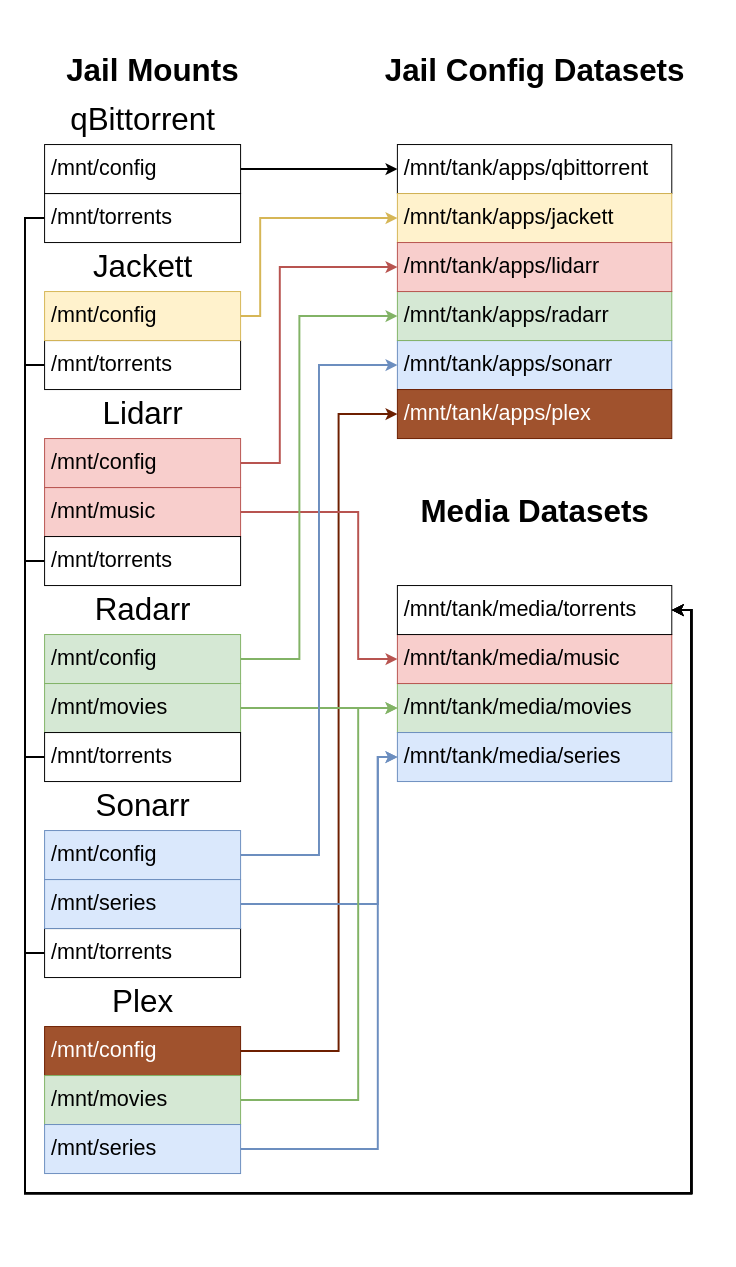
Above: content/posts/install-qbittorrent-jackett-lidarr-radarr-sonarr-and-plex-inside-truenas-jails/cover.drawio in schnerring/schnerring.github.io (draw.io), before the change. Source tidied: cells renumbered, new cells numbered last; positions are measured from the earlier drawing's top-left corner, leaving out a move shared by most shapes. Both pictures are drawn from the tidied source at 98%, with x=0, y=0 at pixel (24, 17).
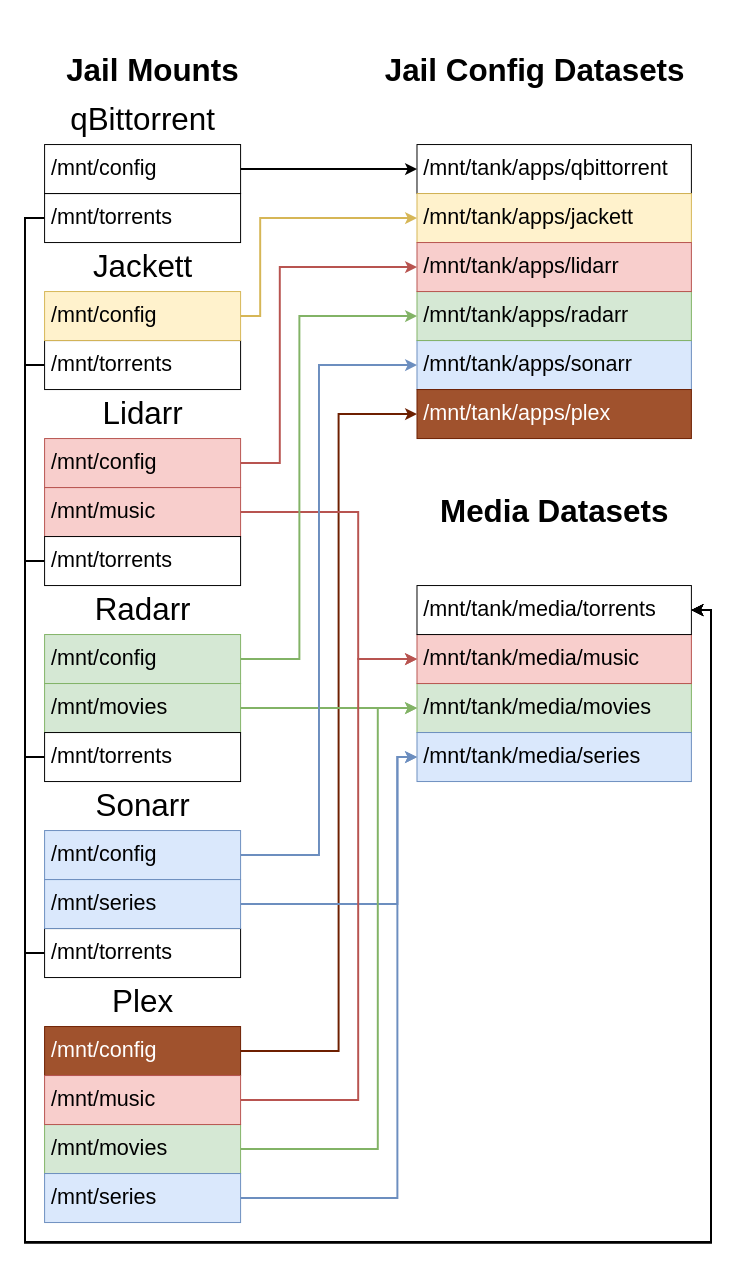
The same diagram, later.

Unchanged cells that the change refers to:
```xml
<mxCell id="30" value="/mnt/torrents" style="rounded=0;whiteSpace=wrap;html=1;fontSize=22;align=left;spacingLeft=5;" parent="1" vertex="1">
  <mxGeometry x="20" y="330" width="200" height="50" as="geometry" />
</mxCell>
<mxCell id="32" value="/mnt/torrents" style="rounded=0;whiteSpace=wrap;html=1;fontSize=22;align=left;spacingLeft=5;" parent="1" vertex="1">
  <mxGeometry x="20" y="180" width="200" height="50" as="geometry" />
</mxCell>
<mxCell id="34" value="/mnt/torrents" style="rounded=0;whiteSpace=wrap;html=1;fontSize=22;align=left;spacingLeft=5;" parent="1" vertex="1">
  <mxGeometry x="20" y="530" width="200" height="50" as="geometry" />
</mxCell>
<mxCell id="37" value="/mnt/torrents" style="rounded=0;whiteSpace=wrap;html=1;fontSize=22;align=left;spacingLeft=5;" parent="1" vertex="1">
  <mxGeometry x="20" y="730" width="200" height="50" as="geometry" />
</mxCell>
<mxCell id="38" value="/mnt/torrents" style="rounded=0;whiteSpace=wrap;html=1;fontSize=22;align=left;spacingLeft=5;" parent="1" vertex="1">
  <mxGeometry x="20" y="930" width="200" height="50" as="geometry" />
</mxCell>
<mxCell id="39" value="/mnt/series" style="rounded=0;whiteSpace=wrap;html=1;fontSize=22;align=left;spacingLeft=5;fillColor=#dae8fc;strokeColor=#6c8ebf;" parent="1" vertex="1">
  <mxGeometry x="20" y="880" width="200" height="50" as="geometry" />
</mxCell>
```

What changed in the source:
```diff
@@
     <mxCell id="3" value="/mnt/tank/media/movies" style="rounded=0;whiteSpace=wrap;html=1;fontSize=22;align=left;spacingLeft=5;fillColor=#d5e8d4;strokeColor=#82b366;" parent="1" vertex="1">
-      <mxGeometry x="380" y="680" width="280" height="50" as="geometry" />
+      <mxGeometry x="400" y="680" width="280" height="50" as="geometry" />
     </mxCell>
     <mxCell id="4" value="/mnt/tank/media/music" style="rounded=0;whiteSpace=wrap;html=1;fontSize=22;align=left;spacingLeft=5;fillColor=#f8cecc;strokeColor=#b85450;" parent="1" vertex="1">
-      <mxGeometry x="380" y="630" width="280" height="50" as="geometry" />
+      <mxGeometry x="400" y="630" width="280" height="50" as="geometry" />
     </mxCell>
     <mxCell id="5" value="/mnt/tank/apps/qbittorrent" style="rounded=0;whiteSpace=wrap;html=1;fontSize=22;align=left;spacingLeft=5;" parent="1" vertex="1">
-      <mxGeometry x="380" y="130" width="280" height="50" as="geometry" />
+      <mxGeometry x="400" y="130" width="280" height="50" as="geometry" />
     </mxCell>
     <mxCell id="6" value="/mnt/tank/apps/jackett" style="rounded=0;whiteSpace=wrap;html=1;fontSize=22;align=left;spacingLeft=5;fillColor=#fff2cc;strokeColor=#d6b656;" parent="1" vertex="1">
-      <mxGeometry x="380" y="180" width="280" height="50" as="geometry" />
+      <mxGeometry x="400" y="180" width="280" height="50" as="geometry" />
     </mxCell>
     <mxCell id="7" value="/mnt/tank/media/torrents" style="rounded=0;whiteSpace=wrap;html=1;fontSize=22;align=left;spacingLeft=5;" parent="1" vertex="1">
-      <mxGeometry x="380" y="580" width="280" height="50" as="geometry" />
+      <mxGeometry x="400" y="580" width="280" height="50" as="geometry" />
     </mxCell>
     <mxCell id="8" value="/mnt/tank/apps/sonarr" style="rounded=0;whiteSpace=wrap;html=1;fontSize=22;align=left;spacingLeft=5;fillColor=#dae8fc;strokeColor=#6c8ebf;" parent="1" vertex="1">
-      <mxGeometry x="380" y="330" width="280" height="50" as="geometry" />
+      <mxGeometry x="400" y="330" width="280" height="50" as="geometry" />
     </mxCell>
     <mxCell id="9" value="/mnt/tank/apps/radarr" style="rounded=0;whiteSpace=wrap;html=1;fontSize=22;align=left;spacingLeft=5;fillColor=#d5e8d4;strokeColor=#82b366;" parent="1" vertex="1">
-      <mxGeometry x="380" y="280" width="280" height="50" as="geometry" />
+      <mxGeometry x="400" y="280" width="280" height="50" as="geometry" />
     </mxCell>
     <mxCell id="10" value="/mnt/tank/media/series" style="rounded=0;whiteSpace=wrap;html=1;fontSize=22;align=left;spacingLeft=5;fillColor=#dae8fc;strokeColor=#6c8ebf;" parent="1" vertex="1">
-      <mxGeometry x="380" y="730" width="280" height="50" as="geometry" />
+      <mxGeometry x="400" y="730" width="280" height="50" as="geometry" />
     </mxCell>
     <mxCell id="11" style="edgeStyle=orthogonalEdgeStyle;rounded=0;jettySize=auto;html=1;exitX=0;exitY=0.5;exitDx=0;exitDy=0;fontSize=22;entryX=1;entryY=0.5;entryDx=0;entryDy=0;strokeWidth=2;" parent="1" edge="1" source="32" target="7">
       <mxGeometry relative="1" as="geometry">
         <Array as="points">
           <mxPoint y="205" />
-          <mxPoint y="1200" />
-          <mxPoint x="680" y="1200" />
-          <mxPoint x="680" y="605" />
+          <mxPoint y="1250" />
+          <mxPoint x="700" y="1250" />
+          <mxPoint x="700" y="605" />
         </Array>
       </mxGeometry>
     </mxCell>
     <mxCell id="12" style="edgeStyle=orthogonalEdgeStyle;rounded=0;jettySize=auto;html=1;exitX=0;exitY=0.5;exitDx=0;exitDy=0;fontSize=22;entryX=1;entryY=0.5;entryDx=0;entryDy=0;strokeWidth=2;" parent="1" edge="1" source="34" target="7">
       <mxGeometry relative="1" as="geometry">
         <Array as="points">
           <mxPoint y="555" />
-          <mxPoint y="1200" />
-          <mxPoint x="680" y="1200" />
-          <mxPoint x="680" y="605" />
+          <mxPoint y="1250" />
+          <mxPoint x="700" y="1250" />
+          <mxPoint x="700" y="605" />
         </Array>
       </mxGeometry>
     </mxCell>
     <mxCell id="13" style="edgeStyle=orthogonalEdgeStyle;rounded=0;jettySize=auto;html=1;entryX=1;entryY=0.5;entryDx=0;entryDy=0;fontSize=22;exitX=0;exitY=0.5;exitDx=0;exitDy=0;strokeWidth=2;" parent="1" edge="1" source="30" target="7">
       <mxGeometry relative="1" as="geometry">
         <Array as="points">
           <mxPoint y="355" />
-          <mxPoint y="1200" />
-          <mxPoint x="680" y="1200" />
-          <mxPoint x="680" y="605" />
+          <mxPoint y="1250" />
+          <mxPoint x="700" y="1250" />
+          <mxPoint x="700" y="605" />
         </Array>
       </mxGeometry>
     </mxCell>
     <mxCell id="14" style="edgeStyle=orthogonalEdgeStyle;rounded=0;jettySize=auto;html=1;entryX=1;entryY=0.5;entryDx=0;entryDy=0;fontSize=22;exitX=0;exitY=0.5;exitDx=0;exitDy=0;strokeWidth=2;" parent="1" edge="1" source="38" target="7">
       <mxGeometry relative="1" as="geometry">
         <Array as="points">
           <mxPoint y="955" />
-          <mxPoint y="1200" />
-          <mxPoint x="680" y="1200" />
-          <mxPoint x="680" y="605" />
+          <mxPoint y="1250" />
+          <mxPoint x="700" y="1250" />
+          <mxPoint x="700" y="605" />
         </Array>
       </mxGeometry>
     </mxCell>
     <mxCell id="15" value="/mnt/tank/apps/lidarr" style="rounded=0;whiteSpace=wrap;html=1;fontSize=22;align=left;spacingLeft=5;fillColor=#f8cecc;strokeColor=#b85450;" parent="1" vertex="1">
-      <mxGeometry x="380" y="230" width="280" height="50" as="geometry" />
+      <mxGeometry x="400" y="230" width="280" height="50" as="geometry" />
     </mxCell>
@@
     <mxCell id="23" style="edgeStyle=orthogonalEdgeStyle;rounded=0;jettySize=auto;html=1;exitX=1;exitY=0.5;exitDx=0;exitDy=0;entryX=0;entryY=0.5;entryDx=0;entryDy=0;fontSize=22;fillColor=#dae8fc;strokeColor=#6c8ebf;strokeWidth=2;" parent="1" edge="1" source="39" target="10">
       <mxGeometry relative="1" as="geometry">
         <Array as="points">
-          <mxPoint x="360" y="905" />
-          <mxPoint x="360" y="755" />
+          <mxPoint x="380" y="905" />
+          <mxPoint x="380" y="755" />
         </Array>
       </mxGeometry>
     </mxCell>
     <mxCell id="24" style="edgeStyle=orthogonalEdgeStyle;rounded=0;jettySize=auto;html=1;exitX=0;exitY=0.5;exitDx=0;exitDy=0;entryX=1;entryY=0.5;entryDx=0;entryDy=0;fontSize=22;strokeWidth=2;" parent="1" edge="1" source="37" target="7">
       <mxGeometry relative="1" as="geometry">
         <Array as="points">
           <mxPoint y="755" />
-          <mxPoint y="1200" />
-          <mxPoint x="680" y="1200" />
-          <mxPoint x="680" y="605" />
+          <mxPoint y="1250" />
+          <mxPoint x="700" y="1250" />
+          <mxPoint x="700" y="605" />
         </Array>
       </mxGeometry>
     </mxCell>
@@
     <mxCell id="27" value="&lt;p style=&quot;font-size: 32px&quot;&gt;Media Datasets&lt;/p&gt;" style="text;html=1;align=center;verticalAlign=middle;fillColor=none;strokeColor=none;rounded=0;fontSize=32;fontStyle=1;" parent="1" vertex="1">
-      <mxGeometry x="395" y="450" width="250" height="110" as="geometry" />
+      <mxGeometry x="415" y="450" width="250" height="110" as="geometry" />
     </mxCell>
@@
     <mxCell id="46" value="/mnt/tank/apps/plex" style="rounded=0;whiteSpace=wrap;html=1;fontSize=22;align=left;spacingLeft=5;fillColor=#a0522d;strokeColor=#6D1F00;fontColor=#ffffff;" parent="1" vertex="1">
-      <mxGeometry x="380" y="380" width="280" height="50" as="geometry" />
+      <mxGeometry x="400" y="380" width="280" height="50" as="geometry" />
     </mxCell>
@@
     <mxCell id="49" style="edgeStyle=orthogonalEdgeStyle;rounded=0;jettySize=auto;html=1;exitX=1;exitY=0.5;exitDx=0;exitDy=0;entryX=0;entryY=0.5;entryDx=0;entryDy=0;fontSize=20;strokeWidth=2;fillColor=#d5e8d4;strokeColor=#82b366;" parent="1" edge="1" source="50" target="3">
       <mxGeometry relative="1" as="geometry">
         <Array as="points">
-          <mxPoint x="340" y="1105" />
-          <mxPoint x="340" y="705" />
+          <mxPoint x="360" y="1155" />
+          <mxPoint x="360" y="705" />
         </Array>
       </mxGeometry>
     </mxCell>
     <mxCell id="50" value="/mnt/movies" style="rounded=0;whiteSpace=wrap;html=1;fontSize=22;align=left;spacingLeft=5;fillColor=#d5e8d4;strokeColor=#82b366;" parent="1" vertex="1">
-      <mxGeometry x="20" y="1080" width="200" height="50" as="geometry" />
+      <mxGeometry x="20" y="1130" width="200" height="50" as="geometry" />
     </mxCell>
     <mxCell id="51" style="edgeStyle=orthogonalEdgeStyle;rounded=0;jettySize=auto;html=1;exitX=1;exitY=0.5;exitDx=0;exitDy=0;entryX=0;entryY=0.5;entryDx=0;entryDy=0;fontSize=20;strokeWidth=2;fillColor=#dae8fc;strokeColor=#6c8ebf;" parent="1" edge="1" source="52" target="10">
       <mxGeometry relative="1" as="geometry">
         <Array as="points">
-          <mxPoint x="360" y="1155" />
-          <mxPoint x="360" y="755" />
+          <mxPoint x="380" y="1205" />
+          <mxPoint x="380" y="755" />
         </Array>
       </mxGeometry>
     </mxCell>
     <mxCell id="52" value="/mnt/series" style="rounded=0;whiteSpace=wrap;html=1;fontSize=22;align=left;spacingLeft=5;fillColor=#dae8fc;strokeColor=#6c8ebf;" parent="1" vertex="1">
-      <mxGeometry x="20" y="1130" width="200" height="50" as="geometry" />
+      <mxGeometry x="20" y="1180" width="200" height="50" as="geometry" />
     </mxCell>
+    <mxCell id="53" style="edgeStyle=orthogonalEdgeStyle;rounded=0;jettySize=auto;html=1;exitX=1;exitY=0.5;exitDx=0;exitDy=0;entryX=0;entryY=0.5;entryDx=0;entryDy=0;fillColor=#f8cecc;strokeColor=#b85450;strokeWidth=2;" parent="1" edge="1" source="54" target="4">
+      <mxGeometry relative="1" as="geometry">
+        <Array as="points">
+          <mxPoint x="340" y="1105" />
+          <mxPoint x="340" y="655" />
+        </Array>
+      </mxGeometry>
+    </mxCell>
+    <mxCell id="54" value="/mnt/music" style="rounded=0;whiteSpace=wrap;html=1;fontSize=22;align=left;spacingLeft=5;fillColor=#f8cecc;strokeColor=#b85450;" parent="1" vertex="1">
+      <mxGeometry x="20" y="1080" width="200" height="50" as="geometry" />
+    </mxCell>
```
